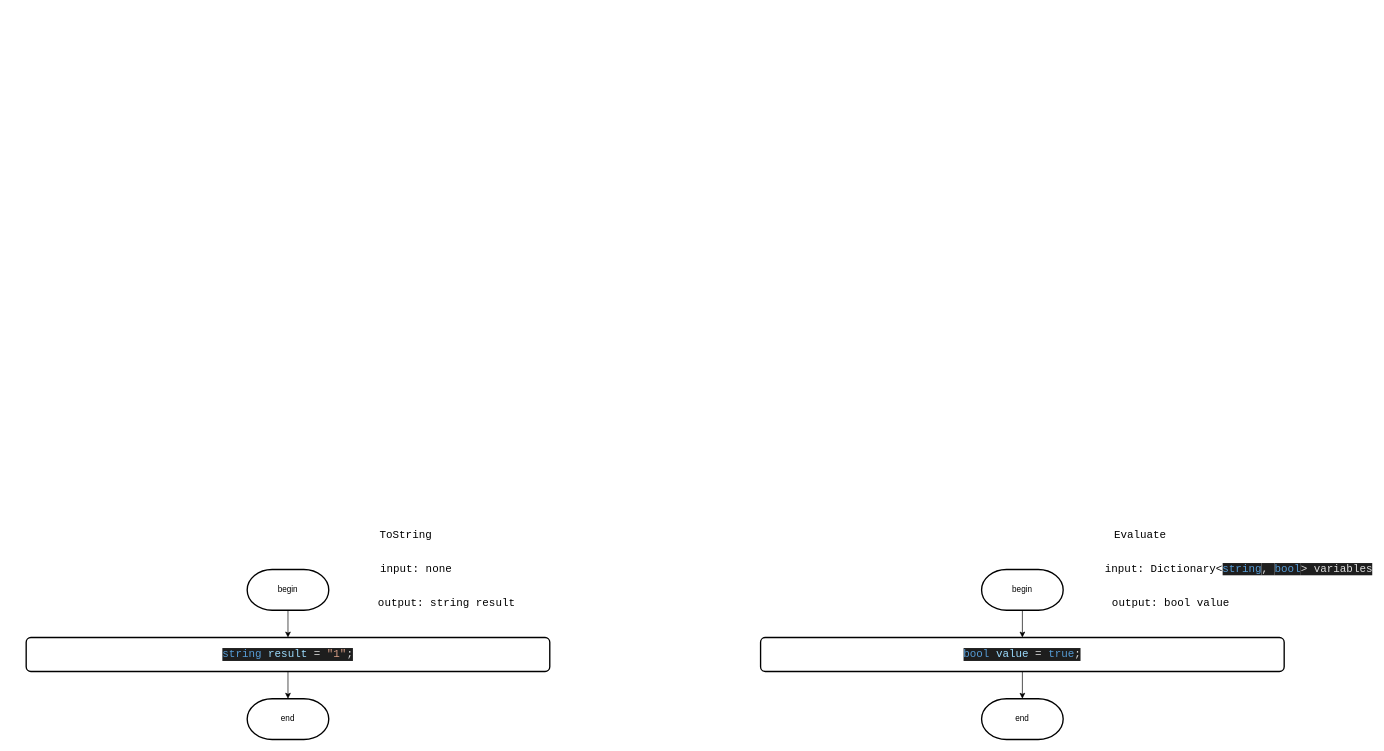
This is Diagrams/truth.drawio from slavikovics/FictionalVariables, a draw.io file, before an edit. Source tidied: cells renumbered, new cells numbered last; positions are measured from the earlier drawing's top-left corner, leaving out a move shared by most shapes. Both pictures are drawn from the tidied source at 68%, with x=0, y=0 at pixel (26, 515).
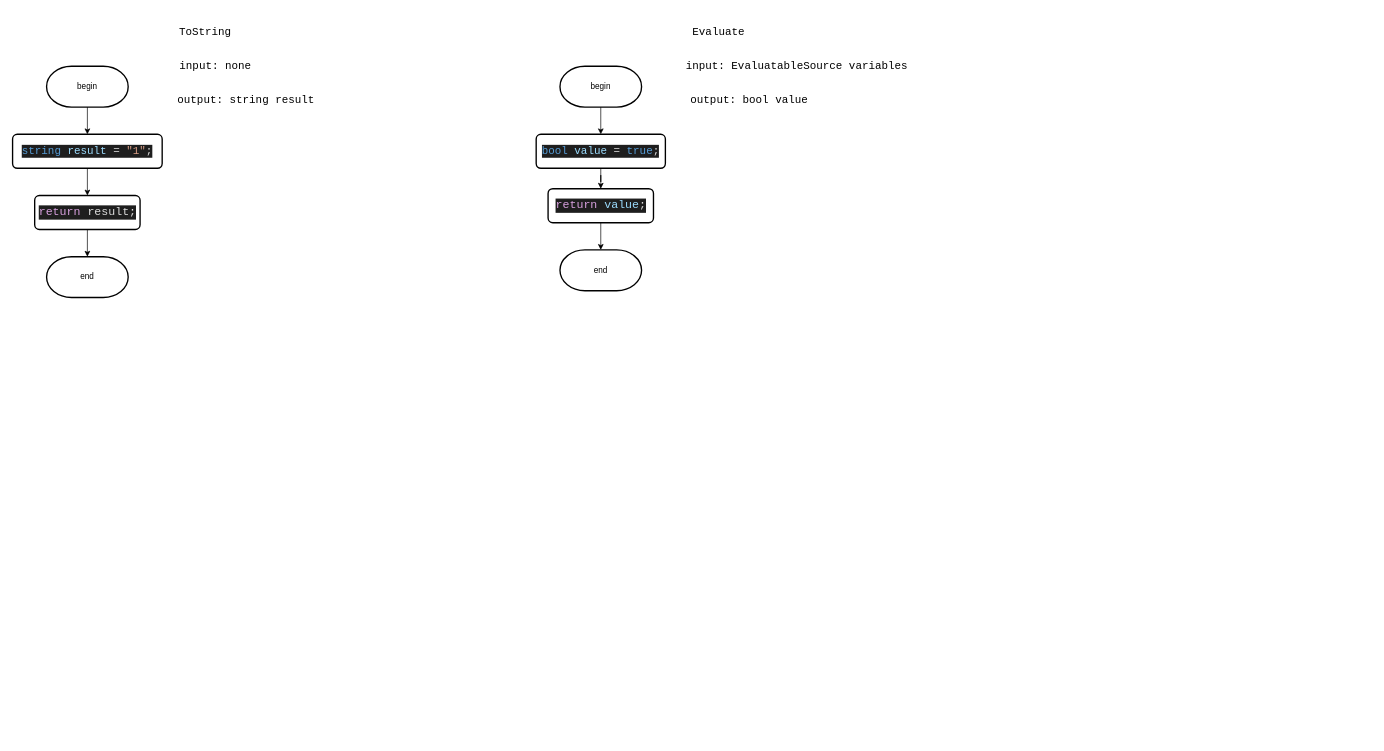
The same diagram, later.

What changed in the source:
```diff
@@
     <mxCell id="2" value="&lt;pre style=&quot;font-family: &amp;quot;JetBrains Mono&amp;quot;, monospace; font-size: 12pt;&quot;&gt;Evaluate&lt;/pre&gt;" style="text;html=1;align=center;verticalAlign=middle;strokeColor=none;fillColor=none;" parent="1" vertex="1">
-      <mxGeometry x="1592.5" width="90" height="60" as="geometry" />
+      <mxGeometry x="972.5" y="-740" width="90" height="60" as="geometry" />
     </mxCell>
@@
     <mxCell id="4" value="begin" style="strokeWidth=2;html=1;shape=mxgraph.flowchart.terminator;whiteSpace=wrap;" parent="1" vertex="1">
-      <mxGeometry x="1405" y="80" width="120" height="60" as="geometry" />
+      <mxGeometry x="785" y="-660" width="120" height="60" as="geometry" />
     </mxCell>
+    <mxCell id="18" style="edgeStyle=orthogonalEdgeStyle;rounded=0;jettySize=auto;html=1;exitX=0.5;exitY=1;exitDx=0;exitDy=0;" parent="1" edge="1" source="5" target="22">
+      <mxGeometry relative="1" as="geometry" />
+    </mxCell>
     <mxCell id="5" value="&lt;div style=&quot;background-color: rgb(30, 30, 30); color: rgb(220, 220, 220);&quot;&gt;&lt;pre style=&quot;font-family:'JetBrains Mono',monospace;font-size:12.0pt;&quot;&gt;&lt;pre style=&quot;font-family:'JetBrains Mono',monospace;font-size:12.0pt;&quot;&gt;&lt;pre style=&quot;font-family:'JetBrains Mono',monospace;font-size:12.0pt;&quot;&gt;&lt;pre style=&quot;font-family:'JetBrains Mono',monospace;font-size:12.0pt;&quot;&gt;&lt;div&gt;&lt;pre style=&quot;font-family:'JetBrains Mono',monospace;font-size:12.0pt;&quot;&gt;&lt;span style=&quot;color: rgb(86, 156, 214);&quot;&gt;bool &lt;/span&gt;&lt;span style=&quot;color: rgb(156, 220, 254);&quot;&gt;value &lt;/span&gt;= &lt;span style=&quot;color: rgb(86, 156, 214);&quot;&gt;true&lt;/span&gt;;&lt;/pre&gt;&lt;/div&gt;&lt;/pre&gt;&lt;/pre&gt;&lt;/pre&gt;&lt;/pre&gt;&lt;/div&gt;" style="rounded=1;whiteSpace=wrap;html=1;absoluteArcSize=1;arcSize=14;strokeWidth=2;" parent="1" vertex="1">
-      <mxGeometry x="1080" y="180" width="770" height="50" as="geometry" />
+      <mxGeometry x="750" y="-560" width="190" height="50" as="geometry" />
     </mxCell>
-    <mxCell id="6" value="&lt;pre style=&quot;font-family: &amp;quot;JetBrains Mono&amp;quot;, monospace; font-size: 12pt;&quot;&gt;input: Dictionary&amp;lt;&lt;span style=&quot;font-size: 12pt; background-color: rgb(30, 30, 30); white-space-collapse: collapse; color: rgb(86, 156, 214);&quot;&gt;string&lt;/span&gt;&lt;span style=&quot;font-size: 12pt; background-color: rgb(30, 30, 30); color: rgb(220, 220, 220); white-space-collapse: collapse;&quot;&gt;, &lt;/span&gt;&lt;span style=&quot;font-size: 12pt; background-color: rgb(30, 30, 30); white-space-collapse: collapse; color: rgb(86, 156, 214);&quot;&gt;bool&lt;/span&gt;&lt;span style=&quot;font-size: 12pt; background-color: rgb(30, 30, 30); color: rgb(220, 220, 220); white-space-collapse: collapse;&quot;&gt;&amp;gt; variables&lt;/span&gt;&lt;/pre&gt;" style="text;html=1;align=center;verticalAlign=middle;strokeColor=none;fillColor=none;" parent="1" vertex="1">
-      <mxGeometry x="1592.5" y="50" width="380" height="60" as="geometry" />
+    <mxCell id="6" value="&lt;pre style=&quot;font-family: &amp;quot;JetBrains Mono&amp;quot;, monospace; font-size: 12pt;&quot;&gt;input: EvaluatableSource variables&lt;/pre&gt;" style="text;html=1;align=center;verticalAlign=middle;strokeColor=none;fillColor=none;" parent="1" vertex="1">
+      <mxGeometry x="972.5" y="-690" width="320" height="60" as="geometry" />
     </mxCell>
     <mxCell id="7" value="&lt;pre style=&quot;font-family: &amp;quot;JetBrains Mono&amp;quot;, monospace; font-size: 12pt;&quot;&gt;output: bool value&lt;/pre&gt;" style="text;html=1;align=center;verticalAlign=middle;strokeColor=none;fillColor=none;" parent="1" vertex="1">
-      <mxGeometry x="1592.5" y="100" width="180" height="60" as="geometry" />
+      <mxGeometry x="972.5" y="-640" width="180" height="60" as="geometry" />
     </mxCell>
     <mxCell id="8" value="end" style="strokeWidth=2;html=1;shape=mxgraph.flowchart.terminator;whiteSpace=wrap;" parent="1" vertex="1">
-      <mxGeometry x="1405" y="270" width="120" height="60" as="geometry" />
+      <mxGeometry x="785" y="-390" width="120" height="60" as="geometry" />
     </mxCell>
-    <mxCell id="9" style="edgeStyle=orthogonalEdgeStyle;rounded=0;jettySize=auto;html=1;exitX=0.5;exitY=1;exitDx=0;exitDy=0;entryX=0.5;entryY=0;entryDx=0;entryDy=0;entryPerimeter=0;" parent="1" edge="1" source="5" target="8">
-      <mxGeometry relative="1" as="geometry" />
-    </mxCell>
     <mxCell id="10" value="&lt;pre style=&quot;font-family: &amp;quot;JetBrains Mono&amp;quot;, monospace; font-size: 12pt;&quot;&gt;ToString&lt;/pre&gt;" style="text;html=1;align=center;verticalAlign=middle;strokeColor=none;fillColor=none;" parent="1" vertex="1">
-      <mxGeometry x="512.5" width="90" height="60" as="geometry" />
+      <mxGeometry x="217.5" y="-740" width="90" height="60" as="geometry" />
     </mxCell>
@@
     <mxCell id="12" value="begin" style="strokeWidth=2;html=1;shape=mxgraph.flowchart.terminator;whiteSpace=wrap;" parent="1" vertex="1">
-      <mxGeometry x="325" y="80" width="120" height="60" as="geometry" />
+      <mxGeometry x="30" y="-660" width="120" height="60" as="geometry" />
     </mxCell>
+    <mxCell id="19" style="edgeStyle=orthogonalEdgeStyle;rounded=0;jettySize=auto;html=1;exitX=0.5;exitY=1;exitDx=0;exitDy=0;" parent="1" edge="1" source="13" target="20">
+      <mxGeometry relative="1" as="geometry" />
+    </mxCell>
     <mxCell id="13" value="&lt;div style=&quot;background-color: rgb(30, 30, 30); color: rgb(220, 220, 220);&quot;&gt;&lt;pre style=&quot;font-family:'JetBrains Mono',monospace;font-size:12.0pt;&quot;&gt;&lt;pre style=&quot;font-family:'JetBrains Mono',monospace;font-size:12.0pt;&quot;&gt;&lt;pre style=&quot;font-family:'JetBrains Mono',monospace;font-size:12.0pt;&quot;&gt;&lt;pre style=&quot;font-family:'JetBrains Mono',monospace;font-size:12.0pt;&quot;&gt;&lt;pre style=&quot;font-family:'JetBrains Mono',monospace;font-size:12.0pt;&quot;&gt;&lt;div&gt;&lt;pre style=&quot;font-family:'JetBrains Mono',monospace;font-size:12.0pt;&quot;&gt;&lt;span style=&quot;color: rgb(86, 156, 214);&quot;&gt;string &lt;/span&gt;&lt;span style=&quot;color: rgb(156, 220, 254);&quot;&gt;result &lt;/span&gt;= &lt;span style=&quot;color: rgb(214, 157, 133);&quot;&gt;&quot;1&quot;&lt;/span&gt;;&lt;/pre&gt;&lt;/div&gt;&lt;/pre&gt;&lt;/pre&gt;&lt;/pre&gt;&lt;/pre&gt;&lt;/pre&gt;&lt;/div&gt;" style="rounded=1;whiteSpace=wrap;html=1;absoluteArcSize=1;arcSize=14;strokeWidth=2;" parent="1" vertex="1">
-      <mxGeometry y="180" width="770" height="50" as="geometry" />
+      <mxGeometry x="-20" y="-560" width="220" height="50" as="geometry" />
     </mxCell>
     <mxCell id="14" value="&lt;pre style=&quot;font-family: &amp;quot;JetBrains Mono&amp;quot;, monospace; font-size: 12pt;&quot;&gt;input: none&lt;/pre&gt;" style="text;html=1;align=center;verticalAlign=middle;strokeColor=none;fillColor=none;" parent="1" vertex="1">
-      <mxGeometry x="512.5" y="50" width="120" height="60" as="geometry" />
+      <mxGeometry x="217.5" y="-690" width="120" height="60" as="geometry" />
     </mxCell>
     <mxCell id="15" value="&lt;pre style=&quot;font-family: &amp;quot;JetBrains Mono&amp;quot;, monospace; font-size: 12pt;&quot;&gt;output: string result&lt;/pre&gt;" style="text;html=1;align=center;verticalAlign=middle;strokeColor=none;fillColor=none;" parent="1" vertex="1">
-      <mxGeometry x="512.5" y="100" width="210" height="60" as="geometry" />
+      <mxGeometry x="217.5" y="-640" width="210" height="60" as="geometry" />
     </mxCell>
     <mxCell id="16" value="end" style="strokeWidth=2;html=1;shape=mxgraph.flowchart.terminator;whiteSpace=wrap;" parent="1" vertex="1">
-      <mxGeometry x="325" y="270" width="120" height="60" as="geometry" />
+      <mxGeometry x="30" y="-380" width="120" height="60" as="geometry" />
     </mxCell>
-    <mxCell id="17" style="edgeStyle=orthogonalEdgeStyle;rounded=0;jettySize=auto;html=1;exitX=0.5;exitY=1;exitDx=0;exitDy=0;entryX=0.5;entryY=0;entryDx=0;entryDy=0;entryPerimeter=0;" parent="1" edge="1" source="13" target="16">
-      <mxGeometry relative="1" as="geometry" />
-    </mxCell>
+    <mxCell id="20" value="&lt;div style=&quot;background-color: rgb(30, 30, 30); color: rgb(220, 220, 220);&quot;&gt;&lt;pre style=&quot;font-family:'JetBrains Mono',monospace;font-size:12.0pt;&quot;&gt;&lt;pre style=&quot;font-family:'JetBrains Mono',monospace;font-size:12.0pt;&quot;&gt;&lt;pre style=&quot;font-family:'JetBrains Mono',monospace;font-size:12.0pt;&quot;&gt;&lt;pre style=&quot;font-family:'JetBrains Mono',monospace;font-size:12.0pt;&quot;&gt;&lt;pre style=&quot;font-family:'JetBrains Mono',monospace;font-size:12.0pt;&quot;&gt;&lt;pre style=&quot;font-family:'JetBrains Mono',monospace;font-size:12.0pt;&quot;&gt;&lt;div&gt;&lt;pre style=&quot;font-family:'JetBrains Mono',monospace;font-size:12.8pt;&quot;&gt;&lt;span style=&quot;color:#d8a0df;&quot;&gt;return &lt;/span&gt;result;&lt;/pre&gt;&lt;/div&gt;&lt;/pre&gt;&lt;/pre&gt;&lt;/pre&gt;&lt;/pre&gt;&lt;/pre&gt;&lt;/pre&gt;&lt;/div&gt;" style="rounded=1;whiteSpace=wrap;html=1;absoluteArcSize=1;arcSize=14;strokeWidth=2;" parent="1" vertex="1">
+      <mxGeometry x="12.5" y="-470" width="155" height="50" as="geometry" />
+    </mxCell>
+    <mxCell id="21" style="edgeStyle=orthogonalEdgeStyle;rounded=0;jettySize=auto;html=1;exitX=0.5;exitY=1;exitDx=0;exitDy=0;entryX=0.5;entryY=0;entryDx=0;entryDy=0;entryPerimeter=0;" parent="1" edge="1" source="20" target="16">
+      <mxGeometry relative="1" as="geometry" />
+    </mxCell>
+    <mxCell id="22" value="&lt;div style=&quot;background-color: rgb(30, 30, 30); color: rgb(220, 220, 220);&quot;&gt;&lt;pre style=&quot;font-family:'JetBrains Mono',monospace;font-size:12.0pt;&quot;&gt;&lt;pre style=&quot;font-family:'JetBrains Mono',monospace;font-size:12.0pt;&quot;&gt;&lt;pre style=&quot;font-family:'JetBrains Mono',monospace;font-size:12.0pt;&quot;&gt;&lt;pre style=&quot;font-family:'JetBrains Mono',monospace;font-size:12.0pt;&quot;&gt;&lt;pre style=&quot;font-family:'JetBrains Mono',monospace;font-size:12.0pt;&quot;&gt;&lt;pre style=&quot;font-family:'JetBrains Mono',monospace;font-size:12.0pt;&quot;&gt;&lt;pre style=&quot;font-family:'JetBrains Mono',monospace;font-size:12.8pt;&quot;&gt;&lt;div&gt;&lt;pre style=&quot;font-family:'JetBrains Mono',monospace;font-size:12.8pt;&quot;&gt;&lt;span style=&quot;color:#d8a0df;&quot;&gt;return &lt;/span&gt;&lt;span style=&quot;color:#9cdcfe;&quot;&gt;value&lt;/span&gt;;&lt;/pre&gt;&lt;/div&gt;&lt;/pre&gt;&lt;/pre&gt;&lt;/pre&gt;&lt;/pre&gt;&lt;/pre&gt;&lt;/pre&gt;&lt;/pre&gt;&lt;/div&gt;" style="rounded=1;whiteSpace=wrap;html=1;absoluteArcSize=1;arcSize=14;strokeWidth=2;" parent="1" vertex="1">
+      <mxGeometry x="767.5" y="-480" width="155" height="50" as="geometry" />
+    </mxCell>
+    <mxCell id="23" style="edgeStyle=orthogonalEdgeStyle;rounded=0;jettySize=auto;html=1;exitX=0.5;exitY=1;exitDx=0;exitDy=0;entryX=0.5;entryY=0;entryDx=0;entryDy=0;entryPerimeter=0;" parent="1" edge="1" source="22" target="8">
+      <mxGeometry relative="1" as="geometry" />
+    </mxCell>
```
